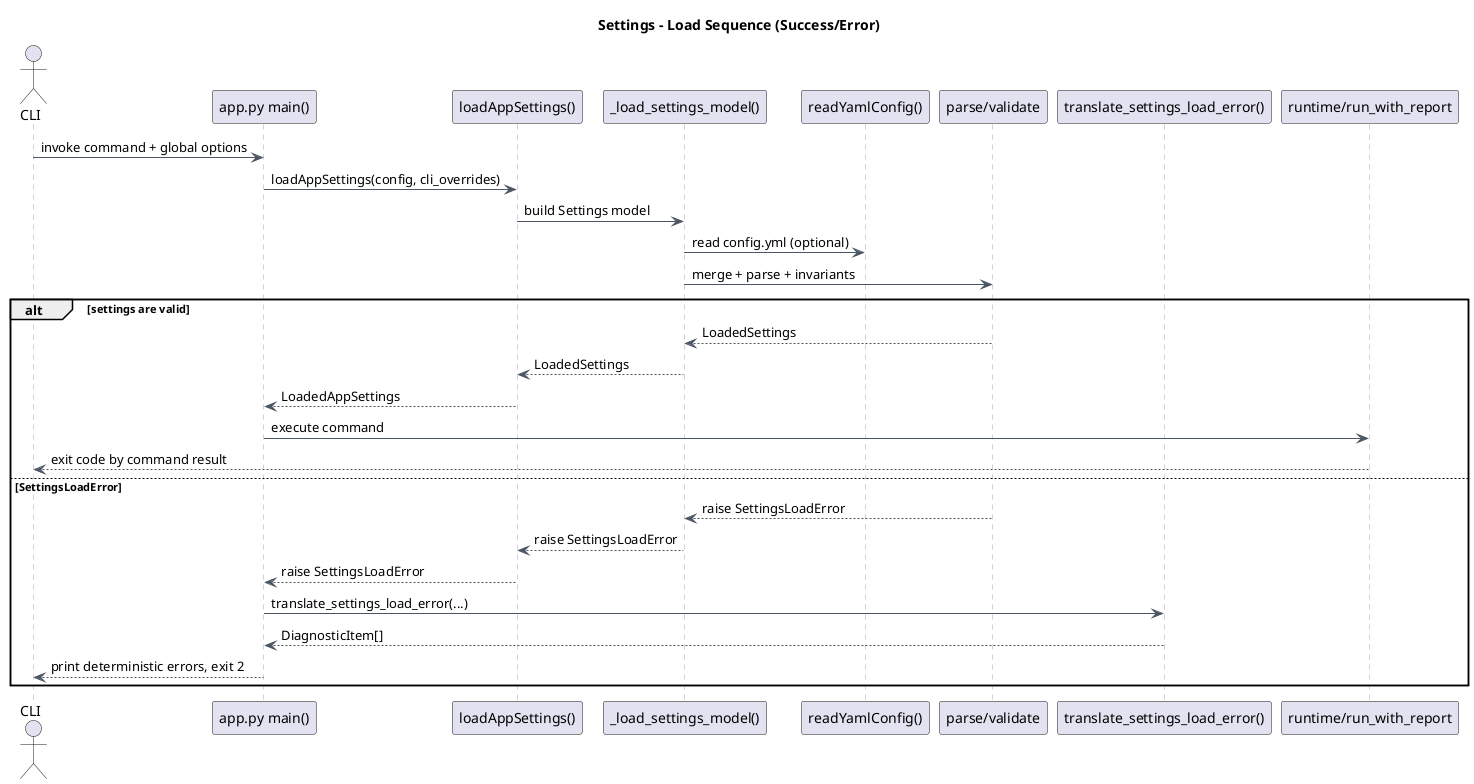
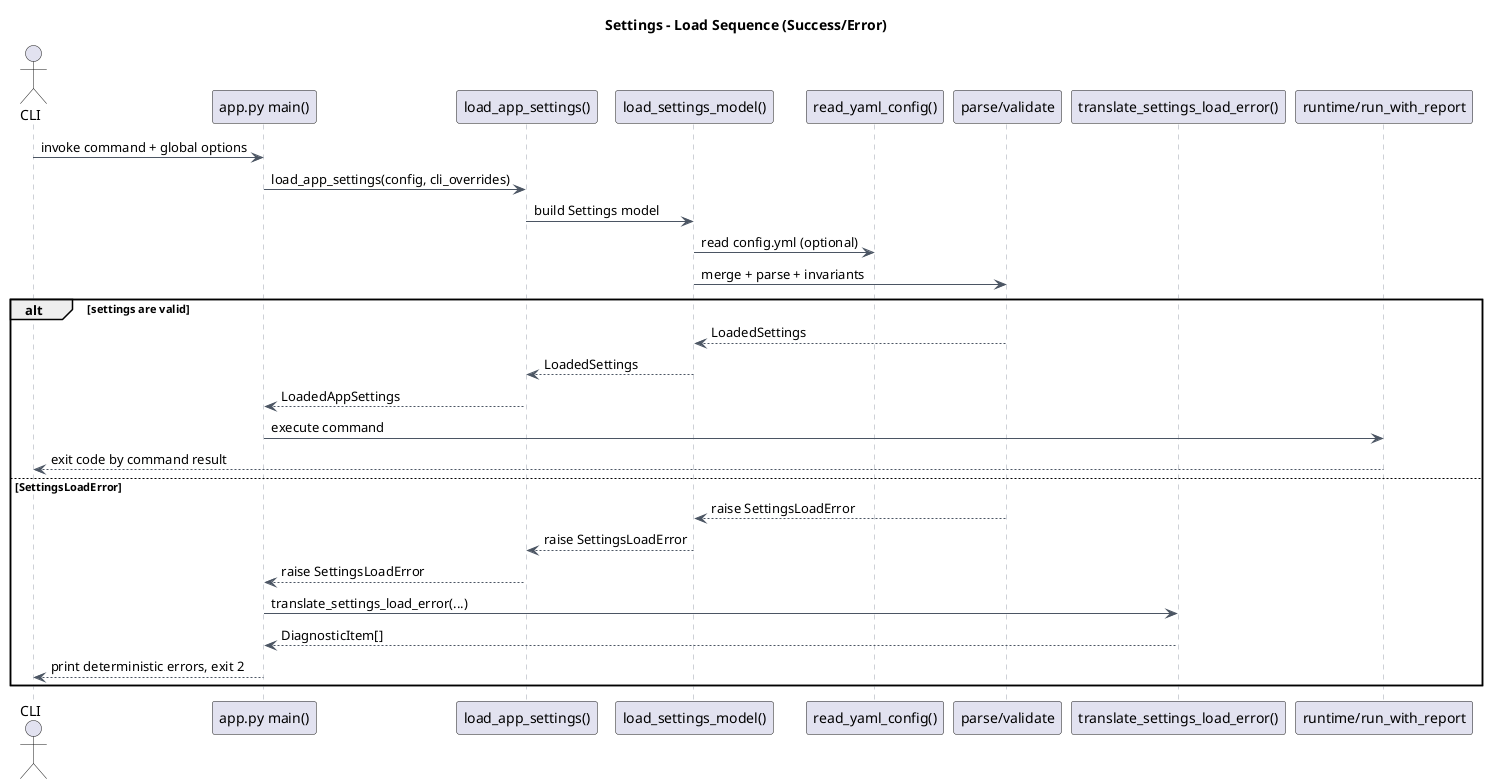
@startuml
title Settings - Load Sequence (Success/Error)

skinparam backgroundColor white
skinparam defaultFontName Arial
skinparam linetype ortho
skinparam sequence {
  ArrowColor #4b5563
  LifeLineBorderColor #9ca3af
}

actor CLI
participant "app.py main()" as AppMain
- participant "loadAppSettings()" as LoadApp
- participant "_load_settings_model()" as LoadModel
- participant "readYamlConfig()" as YamlRead
+ participant "load_app_settings()" as LoadApp
+ participant "load_settings_model()" as LoadModel
+ participant "read_yaml_config()" as YamlRead
participant "parse/validate" as Validate
participant "translate_settings_load_error()" as SettingsDiag
participant "runtime/run_with_report" as Runtime

CLI -> AppMain : invoke command + global options
- AppMain -> LoadApp : loadAppSettings(config, cli_overrides)
+ AppMain -> LoadApp : load_app_settings(config, cli_overrides)
LoadApp -> LoadModel : build Settings model
LoadModel -> YamlRead : read config.yml (optional)
LoadModel -> Validate : merge + parse + invariants

alt settings are valid
  Validate --> LoadModel : LoadedSettings
  LoadModel --> LoadApp : LoadedSettings
  LoadApp --> AppMain : LoadedAppSettings
  AppMain -> Runtime : execute command
  Runtime --> CLI : exit code by command result
else SettingsLoadError
  Validate --> LoadModel : raise SettingsLoadError
  LoadModel --> LoadApp : raise SettingsLoadError
  LoadApp --> AppMain : raise SettingsLoadError
  AppMain -> SettingsDiag : translate_settings_load_error(...)
  SettingsDiag --> AppMain : DiagnosticItem[]
  AppMain --> CLI : print deterministic errors, exit 2
end

@enduml
